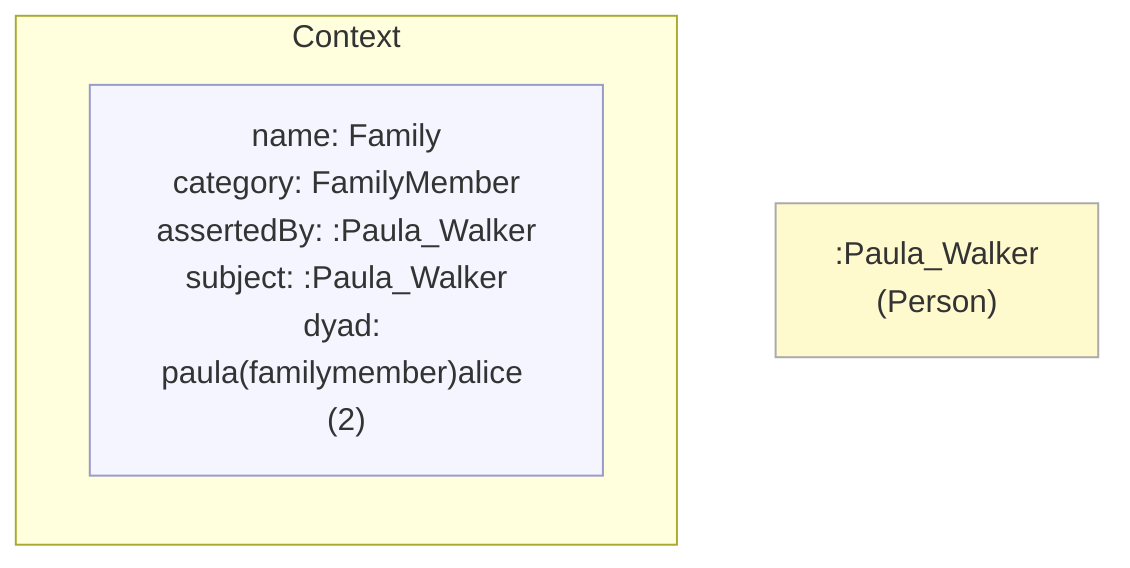
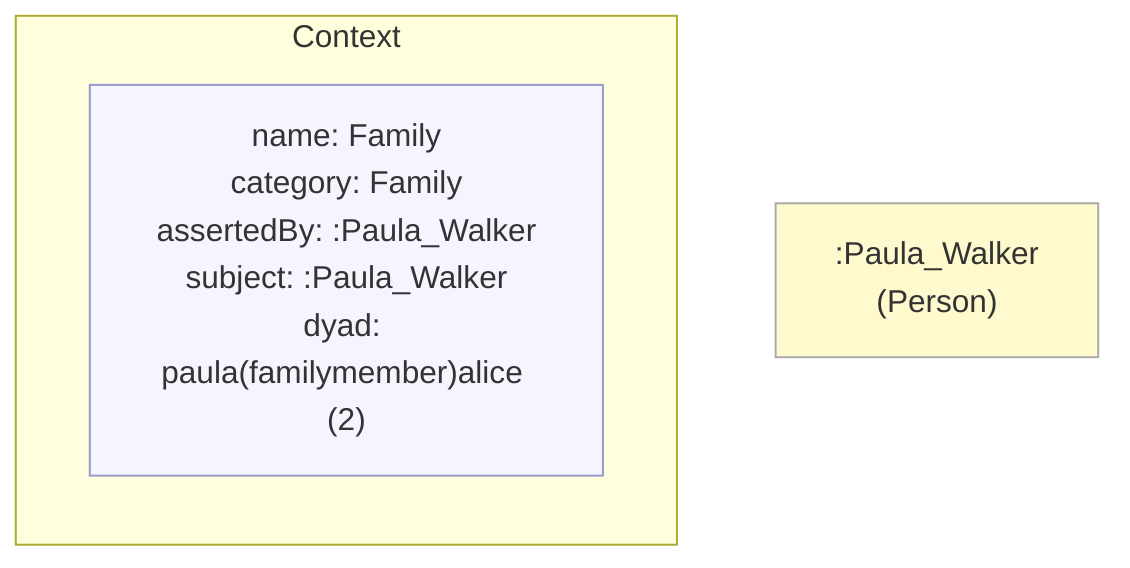
- %% ContextCategory: context:FamilyMember
+ %% ContextCategory: context:Family
flowchart TD
    classDef person fill:#fffacd,stroke:#aaa,color:#333
    classDef grp    fill:#d4edda,stroke:#aaa,color:#333
    classDef org    fill:#cce5ff,stroke:#aaa,color:#333
    classDef lit    fill:none,stroke:none,font-style:italic,color:#2a7a2a
    classDef meta   fill:#f5f5ff,stroke:#9999cc,color:#333

    subgraph ctx["Context"]
        direction LR
-         ctx_meta["name: Family\ncategory: FamilyMember\nassertedBy: :Paula_Walker\nsubject: :Paula_Walker\ndyad: paula(familymember)alice (2)"]:::meta
+         ctx_meta["name: Family\ncategory: Family\nassertedBy: :Paula_Walker\nsubject: :Paula_Walker\ndyad: paula(familymember)alice (2)"]:::meta
    end

    nf4296ab13de4[":Paula_Walker\n(Person)"]:::person
